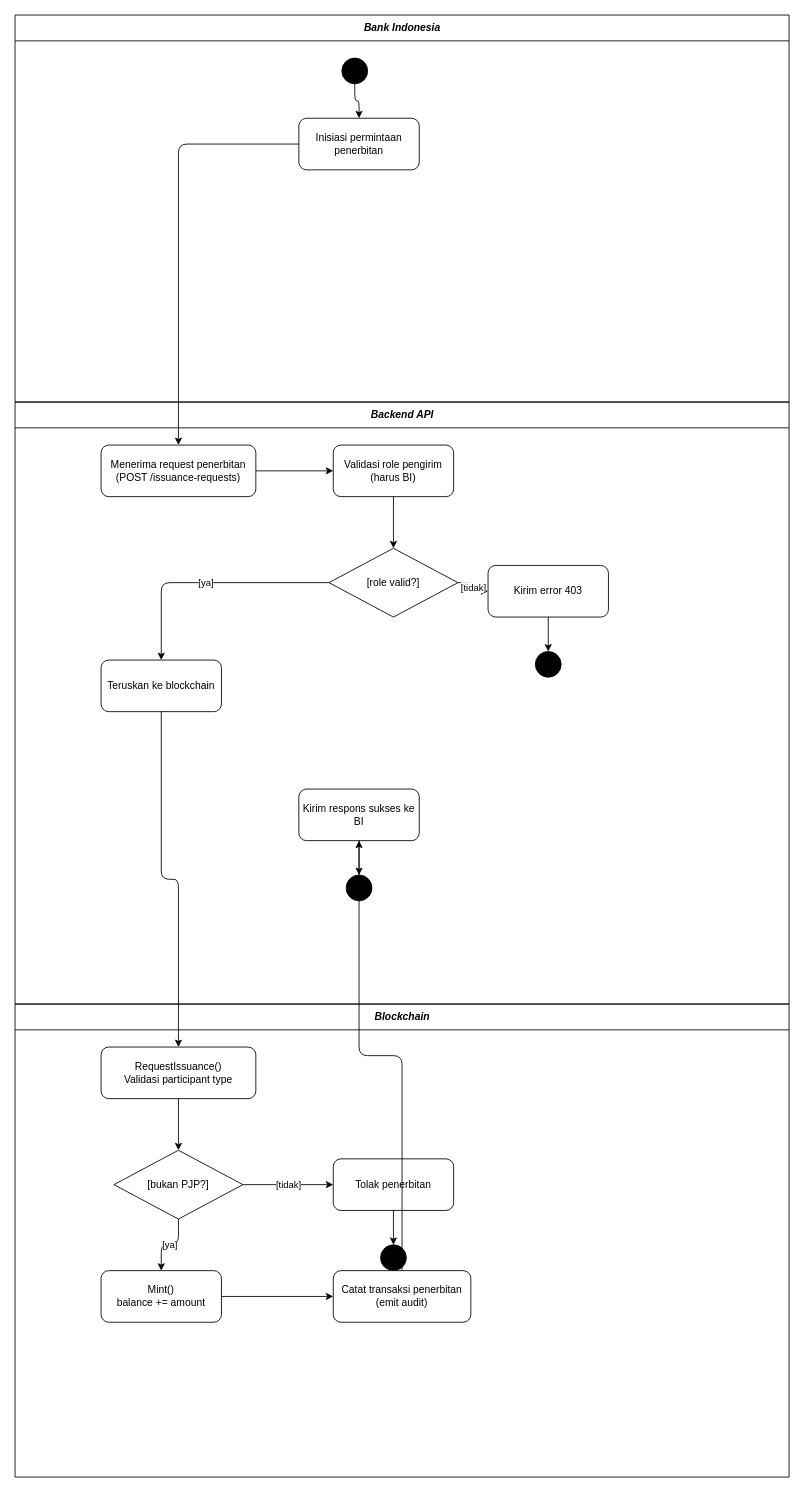
The draw.io diagram bi-coin-fabric/docs/diagrams/activity/AD02-Penerbitan-Digital-Rupiah.drawio in mfachrizalg/bi-coin, before the edit. Source tidied: cells renumbered, new cells numbered last; positions are measured from the earlier drawing's top-left corner, leaving out a move shared by most shapes. Both pictures are drawn from the tidied source at 86%, with x=0, y=0 at pixel (15, 15).
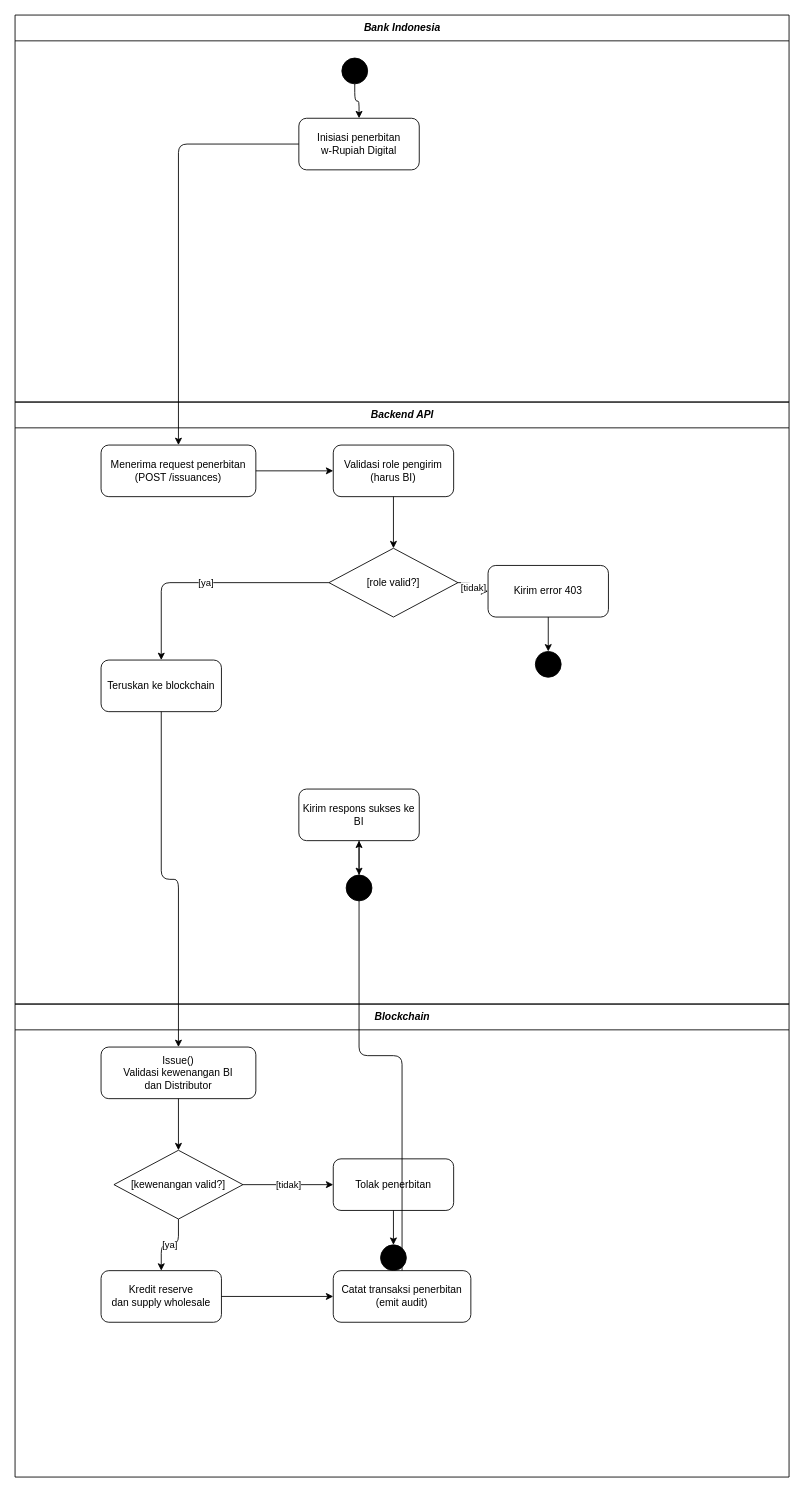
The same diagram, later.

The change refers to these unchanged cells:
```xml
<mxCell id="2" value="&lt;i&gt;&lt;b&gt;Bank Indonesia&lt;/b&gt;&lt;/i&gt;" style="swimlane;horizontal=1;startSize=30;fillColor=none;strokeColor=#000000;fontStyle=3;fontSize=12;html=1;" parent="1" vertex="1">
  <mxGeometry width="900" height="450" as="geometry" />
</mxCell>
<mxCell id="3" value="&lt;i&gt;&lt;b&gt;Backend API&lt;/b&gt;&lt;/i&gt;" style="swimlane;horizontal=1;startSize=30;fillColor=none;strokeColor=#000000;fontStyle=3;fontSize=12;html=1;" parent="1" vertex="1">
  <mxGeometry y="450" width="900" height="700" as="geometry" />
</mxCell>
<mxCell id="4" value="&lt;i&gt;&lt;b&gt;Blockchain&lt;/b&gt;&lt;/i&gt;" style="swimlane;horizontal=1;startSize=30;fillColor=none;strokeColor=#000000;fontStyle=3;fontSize=12;html=1;" parent="1" vertex="1">
  <mxGeometry y="1150" width="900" height="550" as="geometry" />
</mxCell>
```

Diff of the diagram source:
```diff
@@
-    <mxCell id="6" value="Inisiasi permintaan&lt;br&gt;penerbitan" style="rounded=1;fillColor=#ffffff;strokeColor=#000000;whiteSpace=wrap;html=1;" parent="2" vertex="1">
+    <mxCell id="6" value="Inisiasi penerbitan&lt;br&gt;w-Rupiah Digital" style="rounded=1;fillColor=#ffffff;strokeColor=#000000;whiteSpace=wrap;html=1;" parent="2" vertex="1">
       <mxGeometry x="330" y="120" width="140" height="60" as="geometry" />
     </mxCell>
-    <mxCell id="7" value="Menerima request penerbitan&lt;br&gt;(POST /issuance-requests)" style="rounded=1;fillColor=#ffffff;strokeColor=#000000;whiteSpace=wrap;html=1;" parent="3" vertex="1">
+    <mxCell id="7" value="Menerima request penerbitan&lt;br&gt;(POST /issuances)" style="rounded=1;fillColor=#ffffff;strokeColor=#000000;whiteSpace=wrap;html=1;" parent="3" vertex="1">
       <mxGeometry x="100" y="50" width="180" height="60" as="geometry" />
     </mxCell>
@@
-    <mxCell id="13" value="RequestIssuance()&lt;br&gt;Validasi participant type" style="rounded=1;fillColor=#ffffff;strokeColor=#000000;whiteSpace=wrap;html=1;" parent="4" vertex="1">
+    <mxCell id="13" value="Issue()&lt;br&gt;Validasi kewenangan BI&lt;br&gt;dan Distributor" style="rounded=1;fillColor=#ffffff;strokeColor=#000000;whiteSpace=wrap;html=1;" parent="4" vertex="1">
       <mxGeometry x="100" y="50" width="180" height="60" as="geometry" />
     </mxCell>
-    <mxCell id="14" value="[bukan PJP?]" style="rhombus;fillColor=#ffffff;strokeColor=#000000;whiteSpace=wrap;html=1;" parent="4" vertex="1">
+    <mxCell id="14" value="[kewenangan valid?]" style="rhombus;fillColor=#ffffff;strokeColor=#000000;whiteSpace=wrap;html=1;" parent="4" vertex="1">
       <mxGeometry x="115" y="170" width="150" height="80" as="geometry" />
     </mxCell>
@@
-    <mxCell id="17" value="Mint()&lt;br&gt;balance += amount" style="rounded=1;fillColor=#ffffff;strokeColor=#000000;whiteSpace=wrap;html=1;" parent="4" vertex="1">
+    <mxCell id="17" value="Kredit reserve&lt;br&gt;dan supply wholesale" style="rounded=1;fillColor=#ffffff;strokeColor=#000000;whiteSpace=wrap;html=1;" parent="4" vertex="1">
       <mxGeometry x="100" y="310" width="140" height="60" as="geometry" />
     </mxCell>
```
